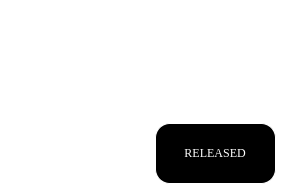
The draw.io diagram doc/design/classes/HMI/touch-state-diagram-dark.png in hbailo/beer-carbonation-system, before a commit. Source tidied: cells renumbered, new cells last; positions are measured from the earlier drawing's top-left corner, leaving out a move shared by most shapes.
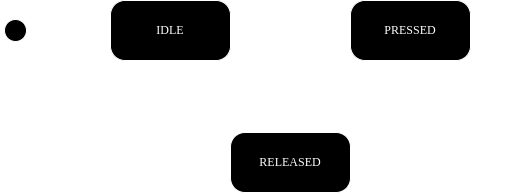
The same file after the commit.

Diff of the diagram source:
```diff
@@ -2,27 +2,40 @@
   <root>
     <mxCell id="0" />
     <mxCell id="1" parent="0" />
-    <mxCell id="2" style="edgeStyle=orthogonalEdgeStyle;html=1;labelBackgroundColor=none;endArrow=open;endSize=8;fontFamily=Verdana;fontSize=12;align=left;entryX=0;entryY=0.5;entryDx=0;entryDy=0;exitX=1;exitY=0.5;exitDx=0;exitDy=0;" parent="1" edge="1">
-      <mxGeometry relative="1" as="geometry">
-        <mxPoint x="115" as="sourcePoint" />
-        <mxPoint x="235" as="targetPoint" />
-      </mxGeometry>
+    <mxCell id="2" style="ellipse;html=1;shape=startState;rounded=1;shadow=0;comic=0;labelBackgroundColor=none;fontFamily=Verdana;fontSize=12;align=center;direction=south;fillStyle=solid;fillColor=#ffffff;" parent="1" vertex="1">
+      <mxGeometry x="-350" y="91" width="30" height="30" as="geometry" />
     </mxCell>
-    <mxCell id="3" value="touch pressed event" style="edgeLabel;html=1;align=center;verticalAlign=middle;points=[];labelBackgroundColor=none;" parent="2" vertex="1">
-      <mxGeometry x="-0.02" relative="1" as="geometry">
-        <mxPoint x="-4" y="-15" as="offset" />
-      </mxGeometry>
+    <mxCell id="3" value="IDLE" style="rounded=1;whiteSpace=wrap;html=1;arcSize=24;shadow=0;comic=0;labelBackgroundColor=none;fontFamily=Verdana;fontSize=12;align=center;" parent="1" vertex="1">
+      <mxGeometry x="-240" y="76" width="120" height="60" as="geometry" />
     </mxCell>
-    <mxCell id="4" style="edgeStyle=orthogonalEdgeStyle;rounded=0;jettySize=auto;html=1;entryX=0.5;entryY=1;entryDx=0;entryDy=0;exitX=0;exitY=0.5;exitDx=0;exitDy=0;" parent="1" edge="1" source="5">
-      <mxGeometry relative="1" as="geometry">
-        <mxPoint x="55" y="30" as="targetPoint" />
-      </mxGeometry>
+    <mxCell id="4" style="edgeStyle=orthogonalEdgeStyle;html=1;labelBackgroundColor=none;endArrow=open;endSize=8;fontFamily=Verdana;fontSize=12;align=left;exitX=0.5;exitY=0;exitDx=0;exitDy=0;" parent="1" edge="1" source="2" target="3">
+      <mxGeometry relative="1" as="geometry" />
     </mxCell>
-    <mxCell id="5" value="RELEASED" style="rounded=1;whiteSpace=wrap;html=1;arcSize=24;shadow=0;comic=0;labelBackgroundColor=none;fontFamily=Verdana;fontSize=12;align=center;" parent="1" vertex="1">
-      <mxGeometry x="115" y="102" width="120" height="60" as="geometry" />
+    <mxCell id="5" style="edgeStyle=orthogonalEdgeStyle;rounded=0;jettySize=auto;html=1;entryX=1;entryY=0.5;entryDx=0;entryDy=0;" parent="1" edge="1" source="6" target="10">
+      <mxGeometry relative="1" as="geometry" />
     </mxCell>
-    <mxCell id="6" value="touch processed" style="edgeLabel;html=1;align=center;verticalAlign=middle;points=[];labelBackgroundColor=none;" parent="1" vertex="1">
-      <mxGeometry y="76" as="geometry" />
+    <mxCell id="6" value="PRESSED" style="rounded=1;whiteSpace=wrap;html=1;arcSize=24;shadow=0;comic=0;labelBackgroundColor=none;fontFamily=Verdana;fontSize=12;align=center;" parent="1" vertex="1">
+      <mxGeometry y="76" width="120" height="60" as="geometry" />
     </mxCell>
+    <mxCell id="7" style="edgeStyle=orthogonalEdgeStyle;html=1;labelBackgroundColor=none;endArrow=open;endSize=8;fontFamily=Verdana;fontSize=12;align=left;entryX=0;entryY=0.5;entryDx=0;entryDy=0;exitX=1;exitY=0.5;exitDx=0;exitDy=0;" parent="1" edge="1" source="3" target="6">
+      <mxGeometry relative="1" as="geometry" />
+    </mxCell>
+    <mxCell id="8" value="touch pressed event" style="edgeLabel;html=1;align=center;verticalAlign=middle;labelBackgroundColor=none;" parent="7" vertex="1">
+      <mxGeometry x="-0.02" relative="1" as="geometry">
+        <mxPoint x="-4" y="-15" as="offset" />
+      </mxGeometry>
+    </mxCell>
+    <mxCell id="9" style="edgeStyle=orthogonalEdgeStyle;rounded=0;jettySize=auto;html=1;entryX=0.5;entryY=1;entryDx=0;entryDy=0;exitX=0;exitY=0.5;exitDx=0;exitDy=0;" parent="1" edge="1" source="10" target="3">
+      <mxGeometry relative="1" as="geometry" />
+    </mxCell>
+    <mxCell id="10" value="RELEASED" style="rounded=1;whiteSpace=wrap;html=1;arcSize=24;shadow=0;comic=0;labelBackgroundColor=none;fontFamily=Verdana;fontSize=12;align=center;" parent="1" vertex="1">
+      <mxGeometry x="-120" y="208" width="120" height="60" as="geometry" />
+    </mxCell>
+    <mxCell id="11" value="touch released event" style="edgeLabel;html=1;align=center;verticalAlign=middle;labelBackgroundColor=none;" parent="1" vertex="1">
+      <mxGeometry x="120" y="182" as="geometry" />
+    </mxCell>
+    <mxCell id="12" value="touch processed" style="edgeLabel;html=1;align=center;verticalAlign=middle;labelBackgroundColor=none;" parent="1" vertex="1">
+      <mxGeometry x="-235" y="182" as="geometry" />
+    </mxCell>
   </root>
 </mxGraphModel>
```
